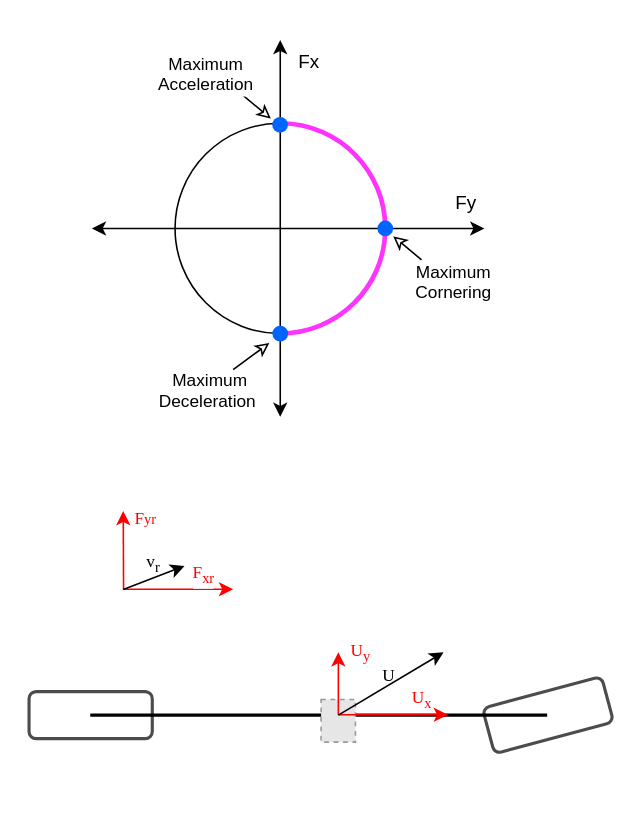
LimingGao/draw_io keeps this draw.io diagram as page "bicycle model" (3 of 3) of 2021_ITSC_Gao_Longitudinal Speed Preview/friction circle.drawio. Above is the earlier version. Source tidied: cells renumbered, new cells numbered last; positions are measured from the earlier drawing's top-left corner, leaving out a move shared by most shapes. Both pictures are drawn from the tidied source at 157%, with x=0, y=0 at pixel (28, 39). Pictures stored in the file or linked from it are replaced by grey dashed boxes.
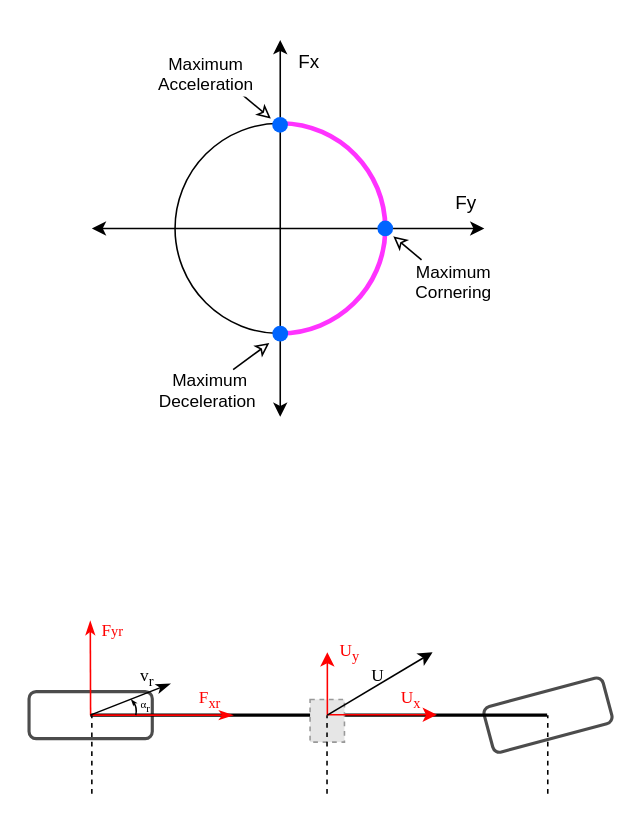
The same diagram, later.

The edit, as a diff of the source:
```diff
@@
     <mxCell id="20" style="fillColor=#E6E6E6;strokeColor=#999999;dashed=1;verticalLabelPosition=bottom;labelBackgroundColor=#ffffff;verticalAlign=top;" parent="1" vertex="1">
-      <mxGeometry x="186" y="420" width="21.9" height="27.2" as="geometry" />
+      <mxGeometry x="179" y="420" width="21.9" height="27.2" as="geometry" />
     </mxCell>
     <mxCell id="21" style="endArrow=classic;startArrow=none;startFill=0;strokeColor=#FF0000;" parent="1" edge="1">
       <mxGeometry relative="1" as="geometry">
-        <mxPoint x="197" y="430" as="sourcePoint" />
-        <mxPoint x="197" y="390" as="targetPoint" />
+        <mxPoint x="190" y="430" as="sourcePoint" />
+        <mxPoint x="190" y="390" as="targetPoint" />
       </mxGeometry>
     </mxCell>
@@
     <mxCell id="23" style="endArrow=classic;startArrow=none;startFill=0;strokeColor=#FF0000;" parent="1" edge="1">
       <mxGeometry relative="1" as="geometry">
-        <mxPoint x="197" y="429.8" as="sourcePoint" />
-        <mxPoint x="266.8" y="429.8" as="targetPoint" />
+        <mxPoint x="190" y="429.8" as="sourcePoint" />
+        <mxPoint x="259.8" y="429.8" as="targetPoint" />
       </mxGeometry>
     </mxCell>
@@
     <mxCell id="25" style="endArrow=classic;startArrow=none;startFill=0;" parent="1" edge="1">
       <mxGeometry relative="1" as="geometry">
-        <mxPoint x="197" y="430" as="sourcePoint" />
-        <mxPoint x="264" y="390" as="targetPoint" />
+        <mxPoint x="190" y="430" as="sourcePoint" />
+        <mxPoint x="257" y="390" as="targetPoint" />
       </mxGeometry>
     </mxCell>
@@
     <mxCell id="27" style="group;" parent="1" vertex="1">
-      <mxGeometry x="60" y="300" width="70" height="50" as="geometry" />
+      <mxGeometry x="39" y="380" width="70" height="90" as="geometry" />
     </mxCell>
-    <mxCell id="28" style="endArrow=classic;startArrow=none;startFill=0;strokeColor=#FF0000;" parent="27" edge="1">
+    <mxCell id="28" style="endArrow=classicThin;startArrow=none;startFill=0;strokeColor=#FF0000;endFill=1;" parent="27" edge="1">
       <mxGeometry relative="1" as="geometry">
         <mxPoint x="0.2" y="50" as="sourcePoint" />
-        <mxPoint as="targetPoint" />
+        <mxPoint y="-10" as="targetPoint" />
       </mxGeometry>
     </mxCell>
@@
-    <mxCell id="30" style="endArrow=classic;startArrow=none;startFill=0;strokeColor=#FF0000;" parent="27" edge="1">
+    <mxCell id="30" style="endArrow=classicThin;startArrow=none;startFill=0;strokeColor=#FF0000;endFill=1;" parent="27" edge="1">
       <mxGeometry relative="1" as="geometry">
-        <mxPoint x="0.2" y="49.8" as="sourcePoint" />
-        <mxPoint x="70" y="49.8" as="targetPoint" />
+        <mxPoint x="0.2" y="50" as="sourcePoint" />
+        <mxPoint x="91" y="50" as="targetPoint" />
       </mxGeometry>
     </mxCell>
-    <mxCell id="31" value="F&lt;sub&gt;xr&lt;/sub&gt;" style="edgeLabel;html=1;align=center;verticalAlign=middle;fontFamily=Times New Roman;fontColor=#FF0000;" parent="30" vertex="1">
+    <mxCell id="31" value="F&lt;sub&gt;xr&lt;/sub&gt;" style="edgeLabel;html=1;align=center;verticalAlign=middle;fontFamily=Times New Roman;fontColor=#FF0000;labelBackgroundColor=none;" parent="30" vertex="1">
       <mxGeometry x="0.63" y="-2" relative="1" as="geometry">
-        <mxPoint x="-6.3" y="-11.8" as="offset" />
+        <mxPoint x="1.7" y="-11.8" as="offset" />
       </mxGeometry>
     </mxCell>
-    <mxCell id="32" style="endArrow=classic;startArrow=none;startFill=0;" parent="27" edge="1">
+    <mxCell id="32" style="endArrow=classicThin;startArrow=none;startFill=0;endFill=1;" parent="27" edge="1">
       <mxGeometry relative="1" as="geometry">
         <mxPoint y="50" as="sourcePoint" />
-        <mxPoint x="39" y="35" as="targetPoint" />
+        <mxPoint x="51" y="30" as="targetPoint" />
       </mxGeometry>
     </mxCell>
     <mxCell id="33" value="v&lt;sub&gt;r&lt;/sub&gt;" style="edgeLabel;html=1;align=center;verticalAlign=middle;fontFamily=Times New Roman;labelBackgroundColor=none;" parent="27" vertex="1">
-      <mxGeometry x="32" y="29" as="geometry">
+      <mxGeometry x="49" y="22" as="geometry">
         <mxPoint x="-14" y="4" as="offset" />
       </mxGeometry>
     </mxCell>
+    <mxCell id="34" style="curved=1;endArrow=classicThin;html=1;strokeColor=#000000;fontFamily=Times New Roman;fontColor=#FF0000;endFill=1;endSize=1;" parent="27" edge="1">
+      <mxGeometry relative="1" as="geometry">
+        <mxPoint x="29" y="50" as="sourcePoint" />
+        <mxPoint x="26" y="40" as="targetPoint" />
+        <Array as="points">
+          <mxPoint x="30" y="45" />
+        </Array>
+      </mxGeometry>
+    </mxCell>
+    <mxCell id="35" value="&lt;span style=&quot;font-size: 7px;&quot;&gt;α&lt;/span&gt;&lt;sub style=&quot;font-size: 7px;&quot;&gt;r&lt;/sub&gt;" style="edgeLabel;html=1;align=center;verticalAlign=middle;fontFamily=Times New Roman;fontSize=7;labelBackgroundColor=none;" parent="27" vertex="1">
+      <mxGeometry x="34" y="44" as="geometry" />
+    </mxCell>
+    <mxCell id="36" style="endArrow=none;dashed=1;html=1;strokeWidth=1;fontFamily=Times New Roman;fontSize=7;fontColor=#000000;" parent="1" edge="1">
+      <mxGeometry relative="1" as="geometry">
+        <mxPoint x="40" y="480" as="sourcePoint" />
+        <mxPoint x="40" y="430" as="targetPoint" />
+      </mxGeometry>
+    </mxCell>
+    <mxCell id="37" style="endArrow=none;dashed=1;html=1;strokeWidth=1;fontFamily=Times New Roman;fontSize=7;fontColor=#000000;" parent="1" edge="1">
+      <mxGeometry relative="1" as="geometry">
+        <mxPoint x="189.8" y="480" as="sourcePoint" />
+        <mxPoint x="189.8" y="430" as="targetPoint" />
+      </mxGeometry>
+    </mxCell>
+    <mxCell id="38" style="endArrow=none;dashed=1;html=1;strokeWidth=1;fontFamily=Times New Roman;fontSize=7;fontColor=#000000;" parent="1" edge="1">
+      <mxGeometry relative="1" as="geometry">
+        <mxPoint x="330.4" y="480" as="sourcePoint" />
+        <mxPoint x="330.4" y="430" as="targetPoint" />
+      </mxGeometry>
+    </mxCell>
```
